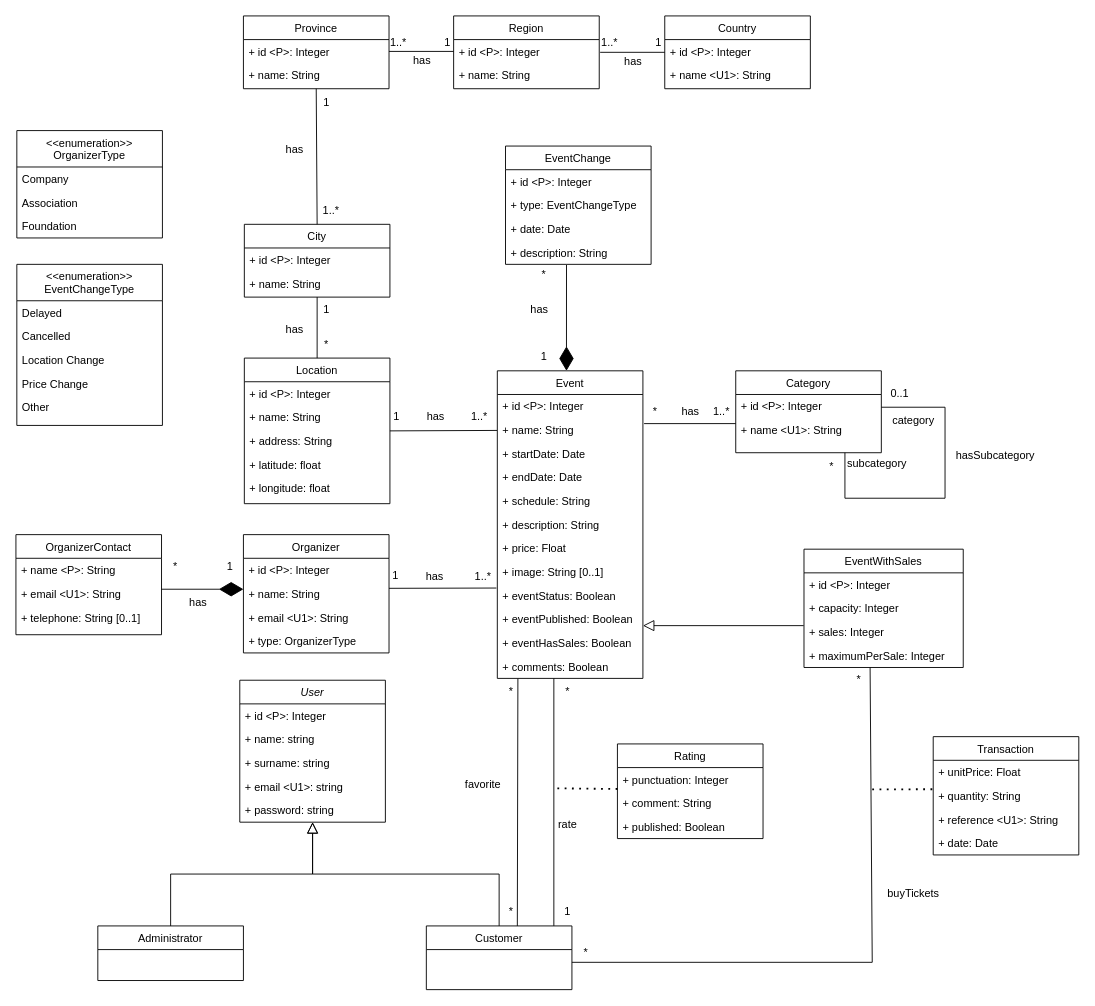
Above: diagrams/conceptual-diagram.drawio in danielpilot/event-database (draw.io), before the change. Source tidied: cells renumbered, new cells numbered last; positions are measured from the earlier drawing's top-left corner, leaving out a move shared by most shapes. Both pictures are drawn from the tidied source at 91%, with x=0, y=0 at pixel (15, 15).
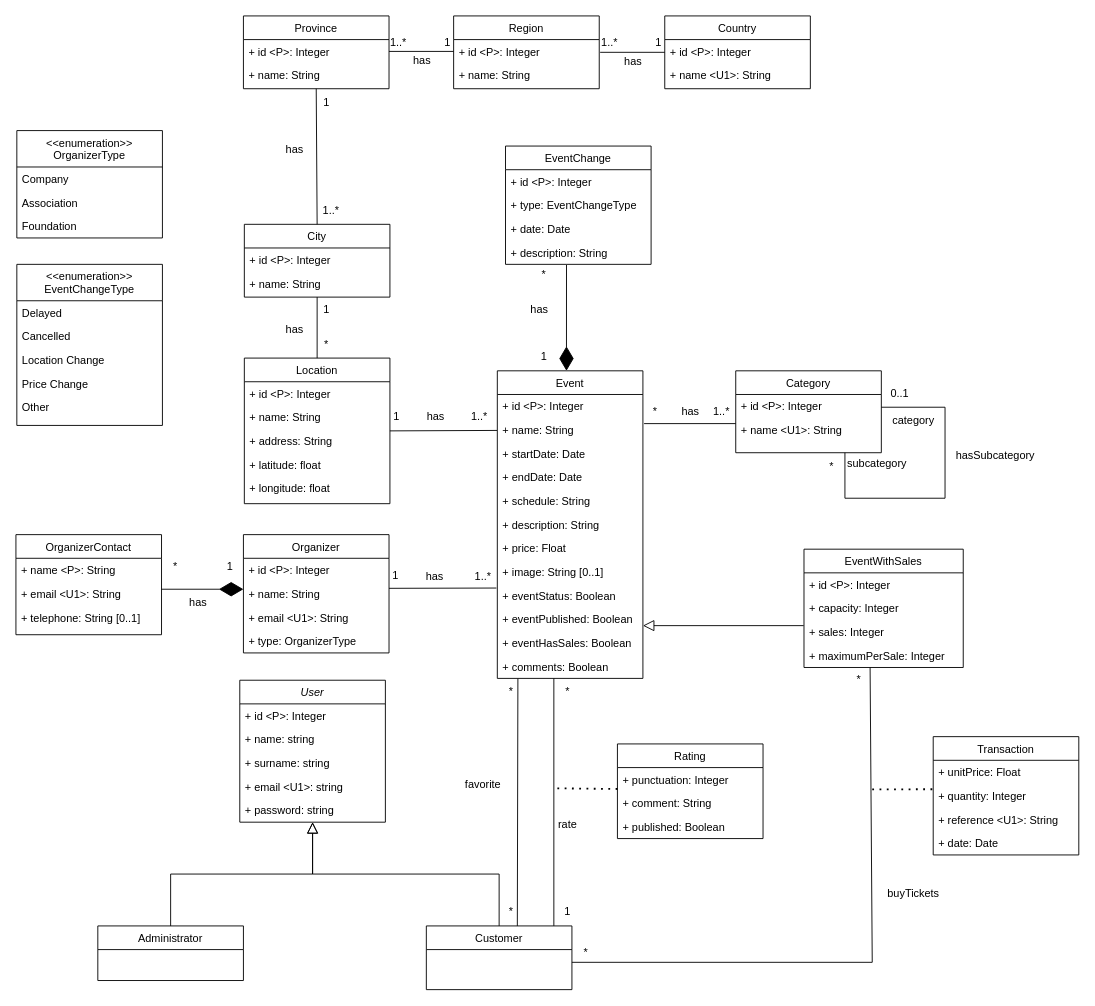
After the change.

Commit message:
Update quantity number in transaction

Unchanged cells that the change refers to:
```xml
<mxCell id="138" value="Transaction" style="swimlane;fontStyle=0;align=center;verticalAlign=top;horizontal=1;startSize=26;rounded=0;shadow=0;strokeWidth=1;" parent="1" vertex="1">
  <mxGeometry x="1008" y="792" width="160" height="130" as="geometry" />
</mxCell>
```

Diff of the diagram source:
```diff
@@
-    <mxCell id="140" value="+ quantity: String" style="text;align=left;verticalAlign=top;spacingLeft=4;spacingRight=4;overflow=hidden;points=[[0,0.5],[1,0.5]];portConstraint=eastwest;rounded=0;shadow=0;html=0;" parent="138" vertex="1">
+    <mxCell id="140" value="+ quantity: Integer" style="text;align=left;verticalAlign=top;spacingLeft=4;spacingRight=4;overflow=hidden;points=[[0,0.5],[1,0.5]];portConstraint=eastwest;rounded=0;shadow=0;html=0;" parent="138" vertex="1">
       <mxGeometry y="52" width="160" height="26" as="geometry" />
     </mxCell>
```
